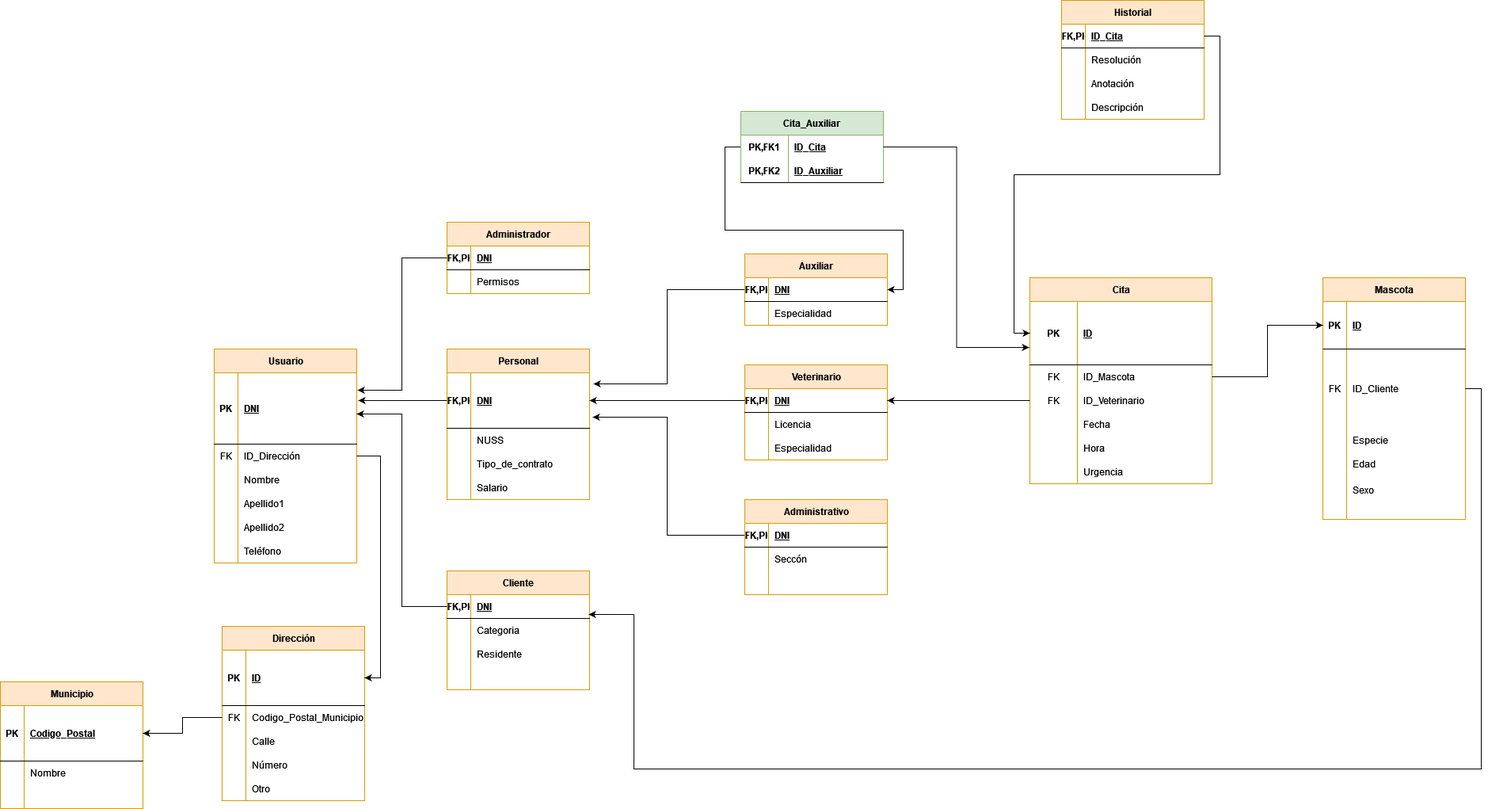
Before: IMG/MR.png, a diagram exported from draw.io (jdabrante/PROYECTO_BAE). Source tidied: cells renumbered, new cells last; positions are measured from the earlier drawing's top-left corner, leaving out a move shared by most shapes.
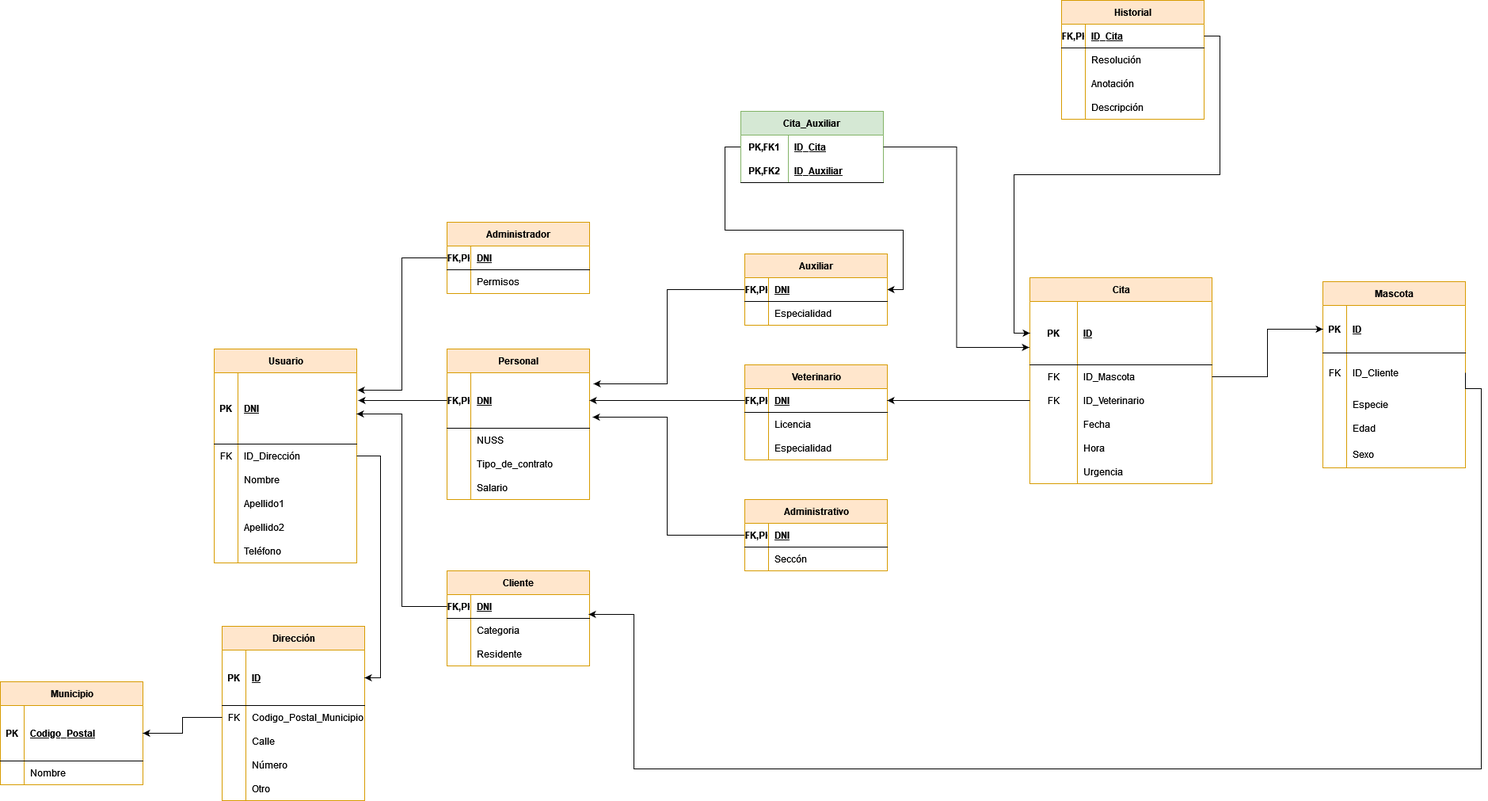
Later version of the same file.

What changed in the source:
```diff
@@ -60,7 +60,7 @@
       <mxGeometry x="30" width="150" height="30" as="geometry" />
     </mxCell>
     <mxCell id="21" value="Cliente" style="shape=table;startSize=30;rowLines=0;fontStyle=1;align=center;html=1;fillColor=#ffe6cc;strokeColor=#d79b00;" parent="1" vertex="1">
-      <mxGeometry x="564" y="720" width="180" height="150" as="geometry" />
+      <mxGeometry x="564" y="720" width="180" height="120" as="geometry" />
     </mxCell>
     <mxCell id="22" style="shape=tableRow;horizontal=0;startSize=0;swimlaneHead=0;swimlaneBody=0;fillColor=none;points=[[0,0.5],[1,0.5]];portConstraint=eastwest;top=0;left=0;right=0;bottom=1;" parent="21" vertex="1">
       <mxGeometry y="30" width="180" height="30" as="geometry" />
@@ -89,15 +89,6 @@
     <mxCell id="30" value="Residente" style="shape=partialRectangle;fillColor=none;top=0;left=0;bottom=0;right=0;align=left;spacingLeft=6;overflow=hidden;whiteSpace=wrap;html=1;" parent="28" vertex="1">
       <mxGeometry x="30" width="150" height="30" as="geometry" />
     </mxCell>
-    <mxCell id="31" style="shape=tableRow;horizontal=0;startSize=0;swimlaneHead=0;swimlaneBody=0;fillColor=none;top=0;left=0;right=0;bottom=0;" parent="21" vertex="1">
-      <mxGeometry y="120" width="180" height="30" as="geometry" />
-    </mxCell>
-    <mxCell id="32" style="shape=partialRectangle;fillColor=none;top=0;left=0;bottom=0;right=0;overflow=hidden;whiteSpace=wrap;html=1;" parent="31" vertex="1">
-      <mxGeometry width="30" height="30" as="geometry" />
-    </mxCell>
-    <mxCell id="33" style="shape=partialRectangle;fillColor=none;top=0;left=0;bottom=0;right=0;align=left;spacingLeft=6;overflow=hidden;whiteSpace=wrap;html=1;" parent="31" vertex="1">
-      <mxGeometry x="30" width="150" height="30" as="geometry" />
-    </mxCell>
     <mxCell id="34" value="Administrador" style="shape=table;startSize=30;rowLines=0;fontStyle=1;align=center;html=1;fillColor=#ffe6cc;strokeColor=#d79b00;" parent="1" vertex="1">
       <mxGeometry x="564" y="280" width="180" height="90" as="geometry" />
     </mxCell>
@@ -168,7 +159,7 @@
       <mxGeometry x="30" width="150" height="30" as="geometry" />
     </mxCell>
     <mxCell id="57" value="Municipio" style="shape=table;startSize=30;rowLines=0;fontStyle=1;align=center;html=1;fillColor=#ffe6cc;strokeColor=#d79b00;" parent="1" vertex="1">
-      <mxGeometry y="860" width="180" height="160" as="geometry" />
+      <mxGeometry y="860" width="180" height="130" as="geometry" />
     </mxCell>
     <mxCell id="58" style="shape=tableRow;horizontal=0;startSize=0;swimlaneHead=0;swimlaneBody=0;fillColor=none;points=[[0,0.5],[1,0.5]];portConstraint=eastwest;top=0;left=0;right=0;bottom=1;" parent="57" vertex="1">
       <mxGeometry y="30" width="180" height="70" as="geometry" />
@@ -188,15 +179,6 @@
     <mxCell id="63" value="Nombre" style="shape=partialRectangle;fillColor=none;top=0;left=0;bottom=0;right=0;align=left;spacingLeft=6;overflow=hidden;whiteSpace=wrap;html=1;" parent="61" vertex="1">
       <mxGeometry x="30" width="150" height="30" as="geometry" />
     </mxCell>
-    <mxCell id="64" style="shape=tableRow;horizontal=0;startSize=0;swimlaneHead=0;swimlaneBody=0;fillColor=none;top=0;left=0;right=0;bottom=0;" parent="57" vertex="1">
-      <mxGeometry y="130" width="180" height="30" as="geometry" />
-    </mxCell>
-    <mxCell id="65" style="shape=partialRectangle;fillColor=none;top=0;left=0;bottom=0;right=0;overflow=hidden;whiteSpace=wrap;html=1;" parent="64" vertex="1">
-      <mxGeometry width="30" height="30" as="geometry" />
-    </mxCell>
-    <mxCell id="66" style="shape=partialRectangle;fillColor=none;top=0;left=0;bottom=0;right=0;align=left;spacingLeft=6;overflow=hidden;whiteSpace=wrap;html=1;" parent="64" vertex="1">
-      <mxGeometry x="30" width="150" height="30" as="geometry" />
-    </mxCell>
     <mxCell id="67" style="edgeStyle=orthogonalEdgeStyle;rounded=0;jettySize=auto;html=1;exitX=0;exitY=0.5;exitDx=0;exitDy=0;" parent="1" edge="1" source="45" target="58">
       <mxGeometry relative="1" as="geometry" />
     </mxCell>
@@ -420,7 +402,7 @@
       <mxGeometry relative="1" as="geometry" />
     </mxCell>
     <mxCell id="139" value="Mascota" style="shape=table;startSize=30;rowLines=0;fontStyle=1;align=center;html=1;fillColor=#ffe6cc;strokeColor=#d79b00;" parent="1" vertex="1">
-      <mxGeometry x="1670" y="350" width="180" height="305" as="geometry" />
+      <mxGeometry x="1670" y="355" width="180" height="235" as="geometry" />
     </mxCell>
     <mxCell id="140" style="shape=tableRow;horizontal=0;startSize=0;swimlaneHead=0;swimlaneBody=0;fillColor=none;points=[[0,0.5],[1,0.5]];portConstraint=eastwest;top=0;left=0;right=0;bottom=1;" parent="139" vertex="1">
       <mxGeometry y="30" width="180" height="60" as="geometry" />
@@ -432,16 +414,16 @@
       <mxGeometry x="30" width="150" height="60" as="geometry" />
     </mxCell>
     <mxCell id="143" style="shape=tableRow;horizontal=0;startSize=0;swimlaneHead=0;swimlaneBody=0;fillColor=none;points=[[0,0.5],[1,0.5]];portConstraint=eastwest;top=0;left=0;right=0;bottom=0;" parent="139" vertex="1">
-      <mxGeometry y="90" width="180" height="100" as="geometry" />
+      <mxGeometry y="90" width="180" height="50" as="geometry" />
     </mxCell>
     <mxCell id="144" value="FK" style="shape=partialRectangle;fillColor=none;top=0;left=0;bottom=0;right=0;overflow=hidden;whiteSpace=wrap;html=1;" parent="143" vertex="1">
-      <mxGeometry width="30" height="100" as="geometry" />
+      <mxGeometry width="30" height="50" as="geometry" />
     </mxCell>
     <mxCell id="145" value="ID_Cliente" style="shape=partialRectangle;fillColor=none;top=0;left=0;bottom=0;right=0;align=left;spacingLeft=6;overflow=hidden;whiteSpace=wrap;html=1;" parent="143" vertex="1">
-      <mxGeometry x="30" width="150" height="100" as="geometry" />
+      <mxGeometry x="30" width="150" height="50" as="geometry" />
     </mxCell>
     <mxCell id="146" style="shape=tableRow;horizontal=0;startSize=0;swimlaneHead=0;swimlaneBody=0;fillColor=none;top=0;left=0;right=0;bottom=0;" parent="139" vertex="1">
-      <mxGeometry y="190" width="180" height="30" as="geometry" />
+      <mxGeometry y="140" width="180" height="30" as="geometry" />
     </mxCell>
     <mxCell id="147" style="shape=partialRectangle;fillColor=none;top=0;left=0;bottom=0;right=0;overflow=hidden;whiteSpace=wrap;html=1;" parent="146" vertex="1">
       <mxGeometry width="30" height="30" as="geometry" />
@@ -450,7 +432,7 @@
       <mxGeometry x="30" width="150" height="30" as="geometry" />
     </mxCell>
     <mxCell id="149" style="shape=tableRow;horizontal=0;startSize=0;swimlaneHead=0;swimlaneBody=0;fillColor=none;top=0;left=0;right=0;bottom=0;" parent="139" vertex="1">
-      <mxGeometry y="220" width="180" height="30" as="geometry" />
+      <mxGeometry y="170" width="180" height="30" as="geometry" />
     </mxCell>
     <mxCell id="150" style="shape=partialRectangle;fillColor=none;top=0;left=0;bottom=0;right=0;overflow=hidden;whiteSpace=wrap;html=1;" parent="149" vertex="1">
       <mxGeometry width="30" height="30" as="geometry" />
@@ -459,7 +441,7 @@
       <mxGeometry x="30" width="150" height="30" as="geometry" />
     </mxCell>
     <mxCell id="152" style="shape=tableRow;horizontal=0;startSize=0;swimlaneHead=0;swimlaneBody=0;fillColor=none;top=0;left=0;right=0;bottom=0;" parent="139" vertex="1">
-      <mxGeometry y="250" width="180" height="35" as="geometry" />
+      <mxGeometry y="200" width="180" height="35" as="geometry" />
     </mxCell>
     <mxCell id="153" style="shape=partialRectangle;fillColor=none;top=0;left=0;bottom=0;right=0;overflow=hidden;whiteSpace=wrap;html=1;" parent="152" vertex="1">
       <mxGeometry width="30" height="35" as="geometry" />
@@ -467,15 +449,6 @@
     <mxCell id="154" value="Sexo" style="shape=partialRectangle;fillColor=none;top=0;left=0;bottom=0;right=0;align=left;spacingLeft=6;overflow=hidden;whiteSpace=wrap;html=1;" parent="152" vertex="1">
       <mxGeometry x="30" width="150" height="35" as="geometry" />
     </mxCell>
-    <mxCell id="155" style="shape=tableRow;horizontal=0;startSize=0;swimlaneHead=0;swimlaneBody=0;fillColor=none;top=0;left=0;right=0;bottom=0;" parent="139" vertex="1">
-      <mxGeometry y="285" width="180" height="20" as="geometry" />
-    </mxCell>
-    <mxCell id="156" style="shape=partialRectangle;fillColor=none;top=0;left=0;bottom=0;right=0;overflow=hidden;whiteSpace=wrap;html=1;" parent="155" vertex="1">
-      <mxGeometry width="30" height="20" as="geometry" />
-    </mxCell>
-    <mxCell id="157" style="shape=partialRectangle;fillColor=none;top=0;left=0;bottom=0;right=0;align=left;spacingLeft=6;overflow=hidden;whiteSpace=wrap;html=1;" parent="155" vertex="1">
-      <mxGeometry x="30" width="150" height="20" as="geometry" />
-    </mxCell>
     <mxCell id="158" style="edgeStyle=orthogonalEdgeStyle;rounded=0;jettySize=auto;html=1;exitX=1;exitY=0.5;exitDx=0;exitDy=0;entryX=0;entryY=0.5;entryDx=0;entryDy=0;" parent="1" edge="1" source="102" target="140">
       <mxGeometry relative="1" as="geometry" />
     </mxCell>
@@ -490,7 +463,7 @@
       </mxGeometry>
     </mxCell>
     <mxCell id="160" value="Administrativo" style="shape=table;startSize=30;rowLines=0;fontStyle=1;align=center;html=1;fillColor=#ffe6cc;strokeColor=#d79b00;" parent="1" vertex="1">
-      <mxGeometry x="940" y="630" width="180" height="120" as="geometry" />
+      <mxGeometry x="940" y="630" width="180" height="90" as="geometry" />
     </mxCell>
     <mxCell id="161" style="shape=tableRow;horizontal=0;startSize=0;swimlaneHead=0;swimlaneBody=0;fillColor=none;points=[[0,0.5],[1,0.5]];portConstraint=eastwest;top=0;left=0;right=0;bottom=1;" parent="160" vertex="1">
       <mxGeometry y="30" width="180" height="30" as="geometry" />
@@ -510,15 +483,6 @@
     <mxCell id="166" value="Seccón" style="shape=partialRectangle;fillColor=none;top=0;left=0;bottom=0;right=0;align=left;spacingLeft=6;overflow=hidden;whiteSpace=wrap;html=1;" parent="164" vertex="1">
       <mxGeometry x="30" width="150" height="30" as="geometry" />
     </mxCell>
-    <mxCell id="167" style="shape=tableRow;horizontal=0;startSize=0;swimlaneHead=0;swimlaneBody=0;fillColor=none;top=0;left=0;right=0;bottom=0;" parent="160" vertex="1">
-      <mxGeometry y="90" width="180" height="30" as="geometry" />
-    </mxCell>
-    <mxCell id="168" style="shape=partialRectangle;fillColor=none;top=0;left=0;bottom=0;right=0;overflow=hidden;whiteSpace=wrap;html=1;" parent="167" vertex="1">
-      <mxGeometry width="30" height="30" as="geometry" />
-    </mxCell>
-    <mxCell id="169" style="shape=partialRectangle;fillColor=none;top=0;left=0;bottom=0;right=0;align=left;spacingLeft=6;overflow=hidden;whiteSpace=wrap;html=1;" parent="167" vertex="1">
-      <mxGeometry x="30" width="150" height="30" as="geometry" />
-    </mxCell>
     <mxCell id="170" value="Auxiliar" style="shape=table;startSize=30;rowLines=0;fontStyle=1;align=center;html=1;fillColor=#ffe6cc;strokeColor=#d79b00;" parent="1" vertex="1">
       <mxGeometry x="940" y="320" width="180" height="90" as="geometry" />
     </mxCell>
```
